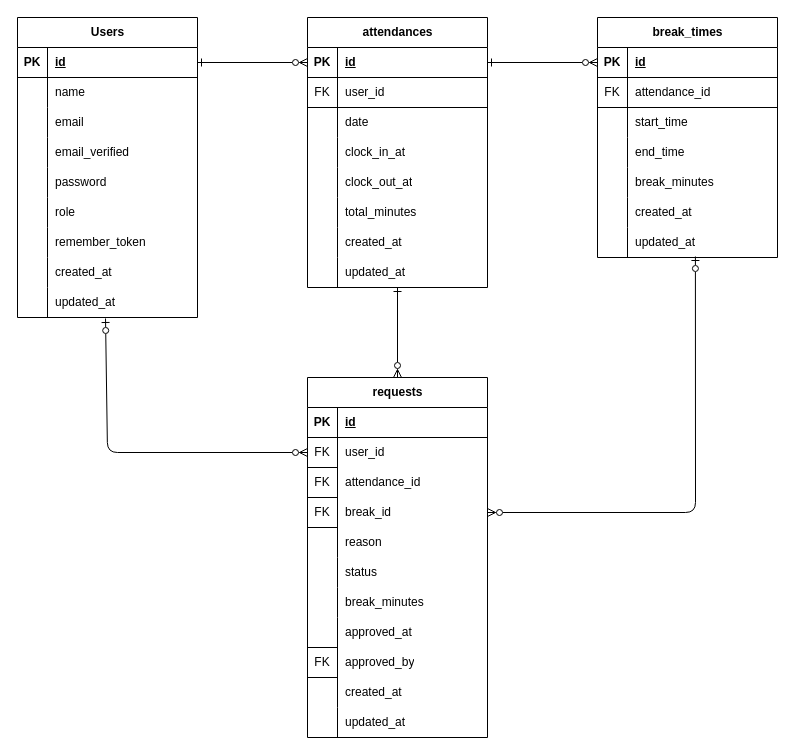
The draw.io diagram mockcase2.dio in nakagawa-hayato/mockcase2, before the edit. Source tidied: cells renumbered, new cells numbered last; positions are measured from the earlier drawing's top-left corner, leaving out a move shared by most shapes. Both pictures are drawn from the tidied source at 100%, with x=0, y=0 at pixel (17, 17).
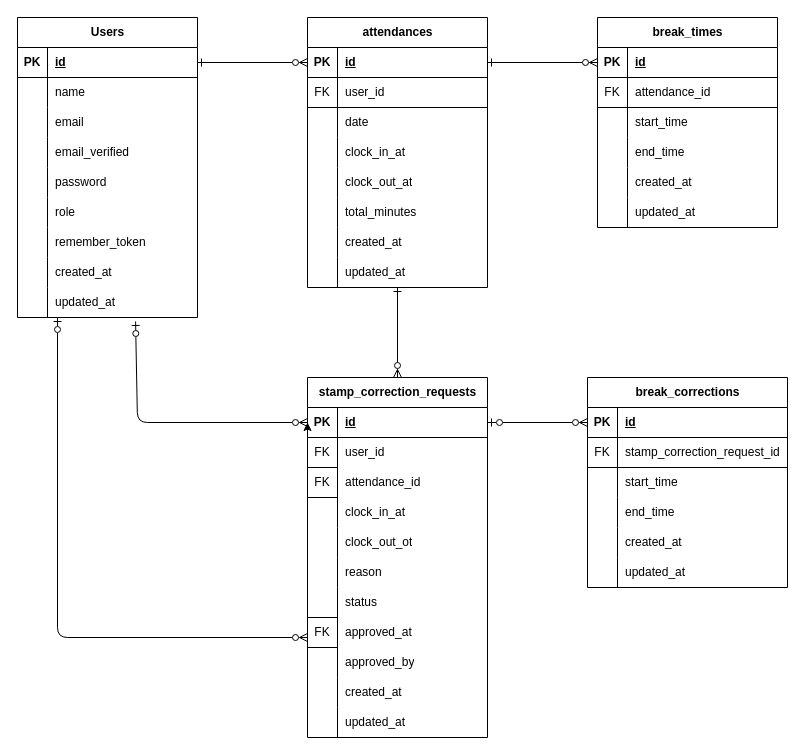
Above is the later version.

The change refers to these unchanged cells:
```xml
<mxCell id="27" style="shape=tableRow;horizontal=0;startSize=0;swimlaneHead=0;swimlaneBody=0;fillColor=none;points=[[0,0.5],[1,0.5]];portConstraint=eastwest;top=0;left=0;right=0;bottom=0;" parent="2" vertex="1">
  <mxGeometry y="270" width="180" height="30" as="geometry" />
</mxCell>
<mxCell id="68" style="shape=tableRow;horizontal=0;startSize=0;swimlaneHead=0;swimlaneBody=0;fillColor=none;top=0;left=0;right=0;bottom=0;swimlaneLine=0;" parent="55" vertex="1">
  <mxGeometry y="150" width="180" height="30" as="geometry" />
</mxCell>
<mxCell id="71" style="shape=tableRow;horizontal=0;startSize=0;swimlaneHead=0;swimlaneBody=0;fillColor=none;top=0;left=0;right=0;bottom=0;swimlaneLine=0;" parent="55" vertex="1">
  <mxGeometry y="180" width="180" height="30" as="geometry" />
</mxCell>
<mxCell id="79" style="shape=tableRow;horizontal=0;startSize=0;swimlaneHead=0;swimlaneBody=0;fillColor=none;points=[[0,0.5],[1,0.5]];portConstraint=eastwest;top=0;left=0;right=0;bottom=1;" parent="78" vertex="1">
  <mxGeometry y="30" width="180" height="30" as="geometry" />
</mxCell>
<mxCell id="82" style="shape=tableRow;horizontal=0;startSize=0;swimlaneHead=0;swimlaneBody=0;fillColor=none;points=[[0,0.5],[1,0.5]];portConstraint=eastwest;top=0;left=0;right=0;bottom=0;" parent="78" vertex="1">
  <mxGeometry y="60" width="180" height="30" as="geometry" />
</mxCell>
```

The edit, as a diff of the source:
```diff
@@
+    <mxCell id="116" style="edgeStyle=none;html=1;exitX=0;exitY=0.5;exitDx=0;exitDy=0;entryX=0;entryY=0.5;entryDx=0;entryDy=0;" parent="1" edge="1" source="82" target="79">
+      <mxGeometry relative="1" as="geometry" />
+    </mxCell>
@@
     <mxCell id="55" value="break_times" style="shape=table;startSize=30;childLayout=tableLayout;rowLines=0;fontStyle=1;align=center;html=1;" parent="1" vertex="1">
-      <mxGeometry x="580" width="180" height="240" as="geometry" />
+      <mxGeometry x="580" width="180" height="210" as="geometry" />
     </mxCell>
@@
-    <mxCell id="70" value="break_minutes" style="shape=partialRectangle;fillColor=none;top=0;left=0;bottom=0;right=0;align=left;spacingLeft=6;overflow=hidden;whiteSpace=wrap;html=1;swimlaneLine=0;" parent="68" vertex="1">
+    <mxCell id="70" value="created_at" style="shape=partialRectangle;fillColor=none;top=0;left=0;bottom=0;right=0;align=left;spacingLeft=6;overflow=hidden;whiteSpace=wrap;html=1;swimlaneLine=0;" parent="68" vertex="1">
       <mxGeometry x="30" width="150" height="30" as="geometry" />
     </mxCell>
@@
-    <mxCell id="73" value="created_at" style="shape=partialRectangle;fillColor=none;top=0;left=0;bottom=0;right=0;align=left;spacingLeft=6;overflow=hidden;whiteSpace=wrap;html=1;swimlaneLine=0;" parent="71" vertex="1">
+    <mxCell id="73" value="updated_at" style="shape=partialRectangle;fillColor=none;top=0;left=0;bottom=0;right=0;align=left;spacingLeft=6;overflow=hidden;whiteSpace=wrap;html=1;swimlaneLine=0;" parent="71" vertex="1">
       <mxGeometry x="30" width="150" height="30" as="geometry" />
     </mxCell>
-    <mxCell id="74" style="shape=tableRow;horizontal=0;startSize=0;swimlaneHead=0;swimlaneBody=0;fillColor=none;points=[[0,0.5],[1,0.5]];portConstraint=eastwest;top=0;left=0;right=0;bottom=0;swimlaneLine=0;" parent="55" vertex="1">
-      <mxGeometry y="210" width="180" height="30" as="geometry" />
-    </mxCell>
-    <mxCell id="75" style="shape=partialRectangle;fillColor=none;top=0;left=0;bottom=0;right=0;overflow=hidden;whiteSpace=wrap;html=1;swimlaneLine=0;" parent="74" vertex="1">
-      <mxGeometry width="30" height="30" as="geometry" />
-    </mxCell>
-    <mxCell id="76" value="updated_at" style="shape=partialRectangle;fillColor=none;top=0;left=0;bottom=0;right=0;align=left;spacingLeft=6;overflow=hidden;whiteSpace=wrap;html=1;swimlaneLine=0;" parent="74" vertex="1">
-      <mxGeometry x="30" width="150" height="30" as="geometry" />
-    </mxCell>
@@
-    <mxCell id="78" value="requests" style="shape=table;startSize=30;childLayout=tableLayout;rowLines=0;fontStyle=1;align=center;html=1;" parent="1" vertex="1">
+    <mxCell id="78" value="stamp_correction_requests" style="shape=table;startSize=30;childLayout=tableLayout;rowLines=0;fontStyle=1;align=center;html=1;" parent="1" vertex="1">
       <mxGeometry x="290" y="360" width="180" height="360" as="geometry" />
     </mxCell>
@@
+    <mxCell id="117" style="shape=tableRow;horizontal=0;startSize=0;swimlaneHead=0;swimlaneBody=0;fillColor=none;top=0;left=0;right=0;bottom=0;" parent="78" vertex="1">
+      <mxGeometry y="120" width="180" height="30" as="geometry" />
+    </mxCell>
+    <mxCell id="110" style="shape=partialRectangle;fillColor=none;top=0;left=0;bottom=0;right=0;overflow=hidden;whiteSpace=wrap;html=1;" parent="117" vertex="1">
+      <mxGeometry width="30" height="30" as="geometry" />
+    </mxCell>
+    <mxCell id="118" value="clock_in_at" style="shape=partialRectangle;fillColor=none;top=0;left=0;bottom=0;right=0;align=left;spacingLeft=6;overflow=hidden;whiteSpace=wrap;html=1;" parent="117" vertex="1">
+      <mxGeometry x="30" width="150" height="30" as="geometry" />
+    </mxCell>
     <mxCell id="88" style="shape=tableRow;horizontal=0;startSize=0;swimlaneHead=0;swimlaneBody=0;fillColor=none;points=[[0,0.5],[1,0.5]];portConstraint=eastwest;top=0;left=0;right=0;bottom=0;" parent="78" vertex="1">
-      <mxGeometry y="120" width="180" height="30" as="geometry" />
+      <mxGeometry y="150" width="180" height="30" as="geometry" />
     </mxCell>
-    <mxCell id="89" value="FK" style="shape=partialRectangle;fillColor=none;top=0;left=0;bottom=1;right=0;overflow=hidden;whiteSpace=wrap;html=1;" parent="88" vertex="1">
+    <mxCell id="89" style="shape=partialRectangle;fillColor=none;top=0;left=0;bottom=0;right=0;overflow=hidden;whiteSpace=wrap;html=1;" parent="88" vertex="1">
       <mxGeometry width="30" height="30" as="geometry" />
     </mxCell>
-    <mxCell id="90" value="break_id" style="shape=partialRectangle;fillColor=none;top=0;left=0;bottom=0;right=0;align=left;spacingLeft=6;overflow=hidden;whiteSpace=wrap;html=1;" parent="88" vertex="1">
+    <mxCell id="90" value="clock_out_ot" style="shape=partialRectangle;fillColor=none;top=0;left=0;bottom=0;right=0;align=left;spacingLeft=6;overflow=hidden;whiteSpace=wrap;html=1;" parent="88" vertex="1">
       <mxGeometry x="30" width="150" height="30" as="geometry" />
     </mxCell>
     <mxCell id="91" style="shape=tableRow;horizontal=0;startSize=0;swimlaneHead=0;swimlaneBody=0;fillColor=none;top=0;left=0;right=0;bottom=0;" parent="78" vertex="1">
-      <mxGeometry y="150" width="180" height="30" as="geometry" />
+      <mxGeometry y="180" width="180" height="30" as="geometry" />
     </mxCell>
@@
     <mxCell id="94" style="shape=tableRow;horizontal=0;startSize=0;swimlaneHead=0;swimlaneBody=0;fillColor=none;top=0;left=0;right=0;bottom=0;" parent="78" vertex="1">
-      <mxGeometry y="180" width="180" height="30" as="geometry" />
+      <mxGeometry y="210" width="180" height="30" as="geometry" />
     </mxCell>
@@
     <mxCell id="97" style="shape=tableRow;horizontal=0;startSize=0;swimlaneHead=0;swimlaneBody=0;fillColor=none;top=0;left=0;right=0;bottom=0;" parent="78" vertex="1">
-      <mxGeometry y="210" width="180" height="30" as="geometry" />
+      <mxGeometry y="240" width="180" height="30" as="geometry" />
     </mxCell>
@@
-    <mxCell id="99" value="break_minutes" style="shape=partialRectangle;fillColor=none;top=0;left=0;bottom=0;right=0;align=left;spacingLeft=6;overflow=hidden;whiteSpace=wrap;html=1;" parent="97" vertex="1">
+    <mxCell id="99" value="approved_at" style="shape=partialRectangle;fillColor=none;top=0;left=0;bottom=0;right=0;align=left;spacingLeft=6;overflow=hidden;whiteSpace=wrap;html=1;" parent="97" vertex="1">
       <mxGeometry x="30" width="150" height="30" as="geometry" />
     </mxCell>
     <mxCell id="100" style="shape=tableRow;horizontal=0;startSize=0;swimlaneHead=0;swimlaneBody=0;fillColor=none;top=0;left=0;right=0;bottom=0;" parent="78" vertex="1">
-      <mxGeometry y="240" width="180" height="30" as="geometry" />
+      <mxGeometry y="270" width="180" height="30" as="geometry" />
     </mxCell>
@@
-    <mxCell id="102" value="approved_at" style="shape=partialRectangle;fillColor=none;top=0;left=0;bottom=0;right=0;align=left;spacingLeft=6;overflow=hidden;whiteSpace=wrap;html=1;" parent="100" vertex="1">
+    <mxCell id="102" value="approved_by" style="shape=partialRectangle;fillColor=none;top=0;left=0;bottom=0;right=0;align=left;spacingLeft=6;overflow=hidden;whiteSpace=wrap;html=1;" parent="100" vertex="1">
       <mxGeometry x="30" width="150" height="30" as="geometry" />
     </mxCell>
     <mxCell id="103" style="shape=tableRow;horizontal=0;startSize=0;swimlaneHead=0;swimlaneBody=0;fillColor=none;top=0;left=0;right=0;bottom=0;" parent="78" vertex="1">
-      <mxGeometry y="270" width="180" height="30" as="geometry" />
+      <mxGeometry y="300" width="180" height="30" as="geometry" />
     </mxCell>
-    <mxCell id="104" value="FK" style="shape=partialRectangle;fillColor=none;top=1;left=0;bottom=0;right=0;overflow=hidden;whiteSpace=wrap;html=1;" parent="103" vertex="1">
+    <mxCell id="104" style="shape=partialRectangle;fillColor=none;top=0;left=0;bottom=0;right=0;overflow=hidden;whiteSpace=wrap;html=1;" parent="103" vertex="1">
       <mxGeometry width="30" height="30" as="geometry" />
     </mxCell>
-    <mxCell id="105" value="approved_by" style="shape=partialRectangle;fillColor=none;top=0;left=0;bottom=0;right=0;align=left;spacingLeft=6;overflow=hidden;whiteSpace=wrap;html=1;" parent="103" vertex="1">
+    <mxCell id="105" value="created_at" style="shape=partialRectangle;fillColor=none;top=0;left=0;bottom=0;right=0;align=left;spacingLeft=6;overflow=hidden;whiteSpace=wrap;html=1;" parent="103" vertex="1">
       <mxGeometry x="30" width="150" height="30" as="geometry" />
     </mxCell>
     <mxCell id="106" style="shape=tableRow;horizontal=0;startSize=0;swimlaneHead=0;swimlaneBody=0;fillColor=none;top=0;left=0;right=0;bottom=0;" parent="78" vertex="1">
-      <mxGeometry y="300" width="180" height="30" as="geometry" />
+      <mxGeometry y="330" width="180" height="30" as="geometry" />
     </mxCell>
-    <mxCell id="107" style="shape=partialRectangle;fillColor=none;top=1;left=0;bottom=0;right=0;overflow=hidden;whiteSpace=wrap;html=1;" parent="106" vertex="1">
+    <mxCell id="107" style="shape=partialRectangle;fillColor=none;top=0;left=0;bottom=0;right=0;overflow=hidden;whiteSpace=wrap;html=1;" parent="106" vertex="1">
       <mxGeometry width="30" height="30" as="geometry" />
     </mxCell>
-    <mxCell id="108" value="created_at" style="shape=partialRectangle;fillColor=none;top=0;left=0;bottom=0;right=0;align=left;spacingLeft=6;overflow=hidden;whiteSpace=wrap;html=1;" parent="106" vertex="1">
+    <mxCell id="108" value="updated_at" style="shape=partialRectangle;fillColor=none;top=0;left=0;bottom=0;right=0;align=left;spacingLeft=6;overflow=hidden;whiteSpace=wrap;html=1;" parent="106" vertex="1">
       <mxGeometry x="30" width="150" height="30" as="geometry" />
     </mxCell>
-    <mxCell id="109" style="shape=tableRow;horizontal=0;startSize=0;swimlaneHead=0;swimlaneBody=0;fillColor=none;top=0;left=0;right=0;bottom=0;" parent="78" vertex="1">
-      <mxGeometry y="330" width="180" height="30" as="geometry" />
-    </mxCell>
-    <mxCell id="110" style="shape=partialRectangle;fillColor=none;top=0;left=0;bottom=0;right=0;overflow=hidden;whiteSpace=wrap;html=1;" parent="109" vertex="1">
-      <mxGeometry width="30" height="30" as="geometry" />
-    </mxCell>
-    <mxCell id="111" value="updated_at" style="shape=partialRectangle;fillColor=none;top=0;left=0;bottom=0;right=0;align=left;spacingLeft=6;overflow=hidden;whiteSpace=wrap;html=1;" parent="109" vertex="1">
-      <mxGeometry x="30" width="150" height="30" as="geometry" />
-    </mxCell>
@@
-    <mxCell id="114" style="edgeStyle=none;html=1;exitX=1;exitY=0.5;exitDx=0;exitDy=0;entryX=0.544;entryY=0.967;entryDx=0;entryDy=0;entryPerimeter=0;startArrow=ERzeroToMany;startFill=0;endArrow=ERzeroToOne;endFill=0;" parent="1" edge="1" source="88" target="74">
+    <mxCell id="114" style="edgeStyle=none;html=1;exitX=1;exitY=0.5;exitDx=0;exitDy=0;entryX=0.544;entryY=0.967;entryDx=0;entryDy=0;entryPerimeter=0;startArrow=ERzeroToMany;startFill=0;endArrow=ERzeroToOne;endFill=0;" parent="1" edge="1" source="88">
       <mxGeometry relative="1" as="geometry">
         <Array as="points">
           <mxPoint x="678" y="495" />
         </Array>
       </mxGeometry>
     </mxCell>
-    <mxCell id="115" style="edgeStyle=none;html=1;exitX=0;exitY=0.5;exitDx=0;exitDy=0;entryX=0.489;entryY=1.033;entryDx=0;entryDy=0;entryPerimeter=0;startArrow=ERzeroToMany;startFill=0;endArrow=ERzeroToOne;endFill=0;" parent="1" edge="1" source="82" target="27">
+    <mxCell id="115" style="edgeStyle=none;html=1;entryX=0.656;entryY=1.133;entryDx=0;entryDy=0;entryPerimeter=0;startArrow=ERzeroToMany;startFill=0;endArrow=ERzeroToOne;endFill=0;exitX=0;exitY=0.5;exitDx=0;exitDy=0;" parent="1" edge="1" source="79" target="27">
       <mxGeometry relative="1" as="geometry">
         <Array as="points">
-          <mxPoint x="90" y="435" />
+          <mxPoint x="120" y="405" />
         </Array>
       </mxGeometry>
     </mxCell>
+    <mxCell id="111" value="FK" style="shape=partialRectangle;fillColor=none;top=1;left=0;bottom=1;right=0;overflow=hidden;whiteSpace=wrap;html=1;" parent="1" vertex="1">
+      <mxGeometry x="290" y="600" width="30" height="30" as="geometry" />
+    </mxCell>
+    <mxCell id="119" value="break_corrections" style="shape=table;startSize=30;childLayout=tableLayout;rowLines=0;fontStyle=1;align=center;html=1;" parent="1" vertex="1">
+      <mxGeometry x="570" y="360" width="200" height="210" as="geometry" />
+    </mxCell>
+    <mxCell id="120" style="shape=tableRow;horizontal=0;startSize=0;swimlaneHead=0;swimlaneBody=0;fillColor=none;points=[[0,0.5],[1,0.5]];portConstraint=eastwest;top=0;left=0;right=0;bottom=1;swimlaneLine=0;" parent="119" vertex="1">
+      <mxGeometry y="30" width="200" height="30" as="geometry" />
+    </mxCell>
+    <mxCell id="121" value="PK" style="shape=partialRectangle;fillColor=none;top=0;left=0;bottom=0;right=0;fontStyle=1;overflow=hidden;whiteSpace=wrap;html=1;swimlaneLine=0;" parent="120" vertex="1">
+      <mxGeometry width="30" height="30" as="geometry" />
+    </mxCell>
+    <mxCell id="122" value="id" style="shape=partialRectangle;fillColor=none;top=0;left=0;bottom=0;right=0;align=left;spacingLeft=6;fontStyle=5;overflow=hidden;whiteSpace=wrap;html=1;swimlaneLine=0;" parent="120" vertex="1">
+      <mxGeometry x="30" width="170" height="30" as="geometry" />
+    </mxCell>
+    <mxCell id="123" style="shape=tableRow;horizontal=0;startSize=0;swimlaneHead=0;swimlaneBody=0;fillColor=none;top=0;left=0;right=0;bottom=0;swimlaneLine=0;" parent="119" vertex="1">
+      <mxGeometry y="60" width="200" height="30" as="geometry" />
+    </mxCell>
+    <mxCell id="124" value="FK" style="shape=partialRectangle;fillColor=none;top=0;left=0;bottom=1;right=0;overflow=hidden;whiteSpace=wrap;html=1;swimlaneLine=0;" parent="123" vertex="1">
+      <mxGeometry width="30" height="30" as="geometry" />
+    </mxCell>
+    <mxCell id="125" value="stamp_correction_request_id" style="shape=partialRectangle;fillColor=none;top=0;left=0;bottom=1;right=0;align=left;spacingLeft=6;overflow=hidden;whiteSpace=wrap;html=1;swimlaneLine=0;" parent="123" vertex="1">
+      <mxGeometry x="30" width="170" height="30" as="geometry" />
+    </mxCell>
+    <mxCell id="126" style="shape=tableRow;horizontal=0;startSize=0;swimlaneHead=0;swimlaneBody=0;fillColor=none;top=0;left=0;right=0;bottom=0;swimlaneLine=0;" parent="119" vertex="1">
+      <mxGeometry y="90" width="200" height="30" as="geometry" />
+    </mxCell>
+    <mxCell id="127" style="shape=partialRectangle;fillColor=none;top=0;left=0;bottom=0;right=0;overflow=hidden;whiteSpace=wrap;html=1;swimlaneLine=0;" parent="126" vertex="1">
+      <mxGeometry width="30" height="30" as="geometry" />
+    </mxCell>
+    <mxCell id="128" value="start_time" style="shape=partialRectangle;fillColor=none;top=0;left=0;bottom=0;right=0;align=left;spacingLeft=6;overflow=hidden;whiteSpace=wrap;html=1;swimlaneLine=0;" parent="126" vertex="1">
+      <mxGeometry x="30" width="170" height="30" as="geometry" />
+    </mxCell>
+    <mxCell id="129" style="shape=tableRow;horizontal=0;startSize=0;swimlaneHead=0;swimlaneBody=0;fillColor=none;top=0;left=0;right=0;bottom=0;swimlaneLine=0;" parent="119" vertex="1">
+      <mxGeometry y="120" width="200" height="30" as="geometry" />
+    </mxCell>
+    <mxCell id="130" style="shape=partialRectangle;fillColor=none;top=0;left=0;bottom=0;right=0;overflow=hidden;whiteSpace=wrap;html=1;swimlaneLine=0;" parent="129" vertex="1">
+      <mxGeometry width="30" height="30" as="geometry" />
+    </mxCell>
+    <mxCell id="131" value="end_time" style="shape=partialRectangle;fillColor=none;top=0;left=0;bottom=0;right=0;align=left;spacingLeft=6;overflow=hidden;whiteSpace=wrap;html=1;swimlaneLine=0;" parent="129" vertex="1">
+      <mxGeometry x="30" width="170" height="30" as="geometry" />
+    </mxCell>
+    <mxCell id="132" style="shape=tableRow;horizontal=0;startSize=0;swimlaneHead=0;swimlaneBody=0;fillColor=none;top=0;left=0;right=0;bottom=0;swimlaneLine=0;" parent="119" vertex="1">
+      <mxGeometry y="150" width="200" height="30" as="geometry" />
+    </mxCell>
+    <mxCell id="133" style="shape=partialRectangle;fillColor=none;top=0;left=0;bottom=0;right=0;overflow=hidden;whiteSpace=wrap;html=1;swimlaneLine=0;" parent="132" vertex="1">
+      <mxGeometry width="30" height="30" as="geometry" />
+    </mxCell>
+    <mxCell id="134" value="created_at" style="shape=partialRectangle;fillColor=none;top=0;left=0;bottom=0;right=0;align=left;spacingLeft=6;overflow=hidden;whiteSpace=wrap;html=1;swimlaneLine=0;" parent="132" vertex="1">
+      <mxGeometry x="30" width="170" height="30" as="geometry" />
+    </mxCell>
+    <mxCell id="135" style="shape=tableRow;horizontal=0;startSize=0;swimlaneHead=0;swimlaneBody=0;fillColor=none;top=0;left=0;right=0;bottom=0;swimlaneLine=0;" parent="119" vertex="1">
+      <mxGeometry y="180" width="200" height="30" as="geometry" />
+    </mxCell>
+    <mxCell id="136" style="shape=partialRectangle;fillColor=none;top=0;left=0;bottom=0;right=0;overflow=hidden;whiteSpace=wrap;html=1;swimlaneLine=0;" parent="135" vertex="1">
+      <mxGeometry width="30" height="30" as="geometry" />
+    </mxCell>
+    <mxCell id="76" value="updated_at" style="shape=partialRectangle;fillColor=none;top=0;left=0;bottom=0;right=0;align=left;spacingLeft=6;overflow=hidden;whiteSpace=wrap;html=1;swimlaneLine=0;" parent="135" vertex="1">
+      <mxGeometry x="30" width="170" height="30" as="geometry" />
+    </mxCell>
+    <mxCell id="137" style="edgeStyle=none;html=1;entryX=0;entryY=0.5;entryDx=0;entryDy=0;endArrow=ERzeroToMany;endFill=0;startArrow=ERzeroToOne;startFill=0;" parent="1" edge="1" source="79" target="120">
+      <mxGeometry relative="1" as="geometry" />
+    </mxCell>
+    <mxCell id="138" style="edgeStyle=none;html=1;entryX=0.656;entryY=1.133;entryDx=0;entryDy=0;entryPerimeter=0;startArrow=ERzeroToMany;startFill=0;endArrow=ERzeroToOne;endFill=0;" parent="1" edge="1">
+      <mxGeometry relative="1" as="geometry">
+        <mxPoint x="290" y="620" as="sourcePoint" />
+        <mxPoint x="40" y="300" as="targetPoint" />
+        <Array as="points">
+          <mxPoint x="40" y="620" />
+        </Array>
+      </mxGeometry>
+    </mxCell>
```
